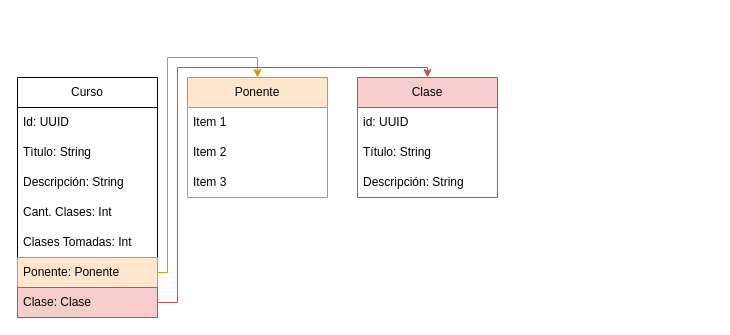
dacaza3812/3 keeps this draw.io diagram as Diagrama sin título.drawio. Above is the earlier version. Source tidied: cells renumbered, new cells numbered last; positions are measured from the earlier drawing's top-left corner, leaving out a move shared by most shapes. Both pictures are drawn from the tidied source at 100%, with x=0, y=0 at pixel (17, 57).
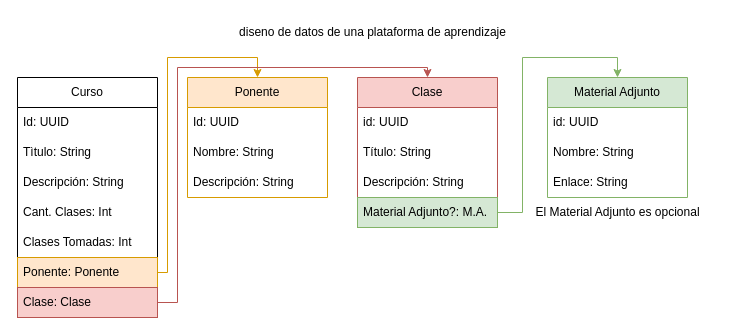
The same diagram, later.

Unchanged cells that the change refers to:
```xml
<mxCell id="10" value="Ponente" style="swimlane;fontStyle=0;horizontal=1;startSize=30;whiteSpace=wrap;html=1;fillColor=#ffe6cc;strokeColor=#d79b00;" parent="1" vertex="1">
  <mxGeometry x="170" y="20" width="140" height="120" as="geometry" />
</mxCell>
```

Change to the diagram source:
```diff
@@
-    <mxCell id="11" value="Item 1" style="text;strokeColor=none;fillColor=none;align=left;verticalAlign=middle;spacingLeft=4;spacingRight=4;overflow=hidden;whiteSpace=wrap;html=1;" parent="10" vertex="1">
+    <mxCell id="11" value="Id: UUID" style="text;strokeColor=none;fillColor=none;align=left;verticalAlign=middle;spacingLeft=4;spacingRight=4;overflow=hidden;whiteSpace=wrap;html=1;" parent="10" vertex="1">
       <mxGeometry y="30" width="140" height="30" as="geometry" />
     </mxCell>
-    <mxCell id="12" value="Item 2" style="text;strokeColor=none;fillColor=none;align=left;verticalAlign=middle;spacingLeft=4;spacingRight=4;overflow=hidden;whiteSpace=wrap;html=1;" parent="10" vertex="1">
+    <mxCell id="12" value="Nombre: String" style="text;strokeColor=none;fillColor=none;align=left;verticalAlign=middle;spacingLeft=4;spacingRight=4;overflow=hidden;whiteSpace=wrap;html=1;" parent="10" vertex="1">
       <mxGeometry y="60" width="140" height="30" as="geometry" />
     </mxCell>
-    <mxCell id="13" value="Item 3" style="text;strokeColor=none;fillColor=none;align=left;verticalAlign=middle;spacingLeft=4;spacingRight=4;overflow=hidden;whiteSpace=wrap;html=1;" parent="10" vertex="1">
+    <mxCell id="13" value="Descripción: String" style="text;strokeColor=none;fillColor=none;align=left;verticalAlign=middle;spacingLeft=4;spacingRight=4;overflow=hidden;whiteSpace=wrap;html=1;" parent="10" vertex="1">
       <mxGeometry y="90" width="140" height="30" as="geometry" />
     </mxCell>
     <mxCell id="14" value="Clase" style="swimlane;fontStyle=0;horizontal=1;startSize=30;whiteSpace=wrap;html=1;fillColor=#f8cecc;strokeColor=#b85450;" parent="1" vertex="1">
-      <mxGeometry x="340" y="20" width="140" height="120" as="geometry" />
+      <mxGeometry x="340" y="20" width="140" height="150" as="geometry" />
     </mxCell>
@@
+    <mxCell id="20" value="Material Adjunto?: M.A.&amp;nbsp;" style="text;strokeColor=#82b366;fillColor=#d5e8d4;align=left;verticalAlign=middle;spacingLeft=4;spacingRight=4;overflow=hidden;points=[[0,0.5],[1,0.5]];portConstraint=eastwest;whiteSpace=wrap;html=1;" parent="14" vertex="1">
+      <mxGeometry y="120" width="140" height="30" as="geometry" />
+    </mxCell>
@@
+    <mxCell id="21" value="diseno de datos de una plataforma de aprendizaje" style="text;html=1;align=center;verticalAlign=middle;strokeColor=none;fillColor=none;" parent="1" vertex="1">
+      <mxGeometry x="210" y="-40" width="290" height="30" as="geometry" />
+    </mxCell>
+    <mxCell id="22" value="Material Adjunto" style="swimlane;fontStyle=0;horizontal=1;startSize=30;whiteSpace=wrap;html=1;fillColor=#d5e8d4;strokeColor=#82b366;" parent="1" vertex="1">
+      <mxGeometry x="530" y="20" width="140" height="120" as="geometry" />
+    </mxCell>
+    <mxCell id="23" value="id: UUID" style="text;strokeColor=none;fillColor=none;align=left;verticalAlign=middle;spacingLeft=4;spacingRight=4;overflow=hidden;whiteSpace=wrap;html=1;" parent="22" vertex="1">
+      <mxGeometry y="30" width="140" height="30" as="geometry" />
+    </mxCell>
+    <mxCell id="24" value="Nombre: String" style="text;strokeColor=none;fillColor=none;align=left;verticalAlign=middle;spacingLeft=4;spacingRight=4;overflow=hidden;whiteSpace=wrap;html=1;" parent="22" vertex="1">
+      <mxGeometry y="60" width="140" height="30" as="geometry" />
+    </mxCell>
+    <mxCell id="25" value="Enlace: String" style="text;strokeColor=none;fillColor=none;align=left;verticalAlign=middle;spacingLeft=4;spacingRight=4;overflow=hidden;whiteSpace=wrap;html=1;" parent="22" vertex="1">
+      <mxGeometry y="90" width="140" height="30" as="geometry" />
+    </mxCell>
+    <mxCell id="26" style="edgeStyle=orthogonalEdgeStyle;rounded=0;jettySize=auto;html=1;exitX=1;exitY=0.5;exitDx=0;exitDy=0;entryX=0.5;entryY=0;entryDx=0;entryDy=0;fillColor=#d5e8d4;strokeColor=#82b366;" parent="1" edge="1" source="20" target="22">
+      <mxGeometry relative="1" as="geometry" />
+    </mxCell>
+    <mxCell id="27" value="El Material Adjunto es opcional" style="text;html=1;align=center;verticalAlign=middle;strokeColor=none;fillColor=none;" parent="1" vertex="1">
+      <mxGeometry x="505" y="140" width="190" height="30" as="geometry" />
+    </mxCell>
```
